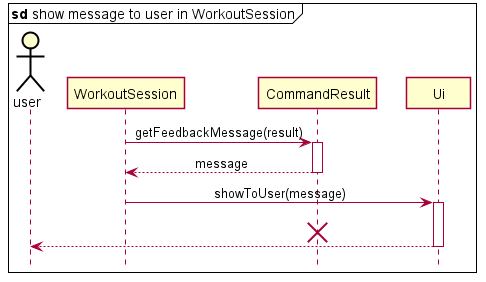
Above: docs/pictures/jinyang/ParseInputWorkoutSession.png in zsk612/tp (PlantUML), before the change. The source it was exported from:
```plantuml
@startuml





skinparam Class {
    FontColor #FFFFFF
    BorderThickness 1
    BorderColor #FFFFFF
    StereotypeFontColor #FFFFFF
    FontName Arial
}

skinparam Actor {
    BorderColor #000000
    Color #000000
    FontName Arial
}

skinparam Sequence {
    MessageAlign center
    BoxFontSize 13
    BoxPadding 0
    BoxFontColor #FFFFFF
    FontName Arial
}

skinparam Participant {
    Padding 20
}

skinparam MinClassWidth 50
skinparam ParticipantPadding 10
skinparam Shadowing false
skinparam DefaultTextAlignment center
skinparam packageStyle Rectangle
skinparam BackgroundColor #FFFFFFF

hide footbox
hide members
hide circle

mainframe <b>sd</b> show message to user in WorkoutSession
actor user

WorkoutSession -> CommandResult ++ : getFeedbackMessage(result)
CommandResult --> WorkoutSession -- : message
WorkoutSession -> Ui ++ : showToUser(message)
destroy CommandResult
Ui --> user
deactivate Ui


@enduml
```
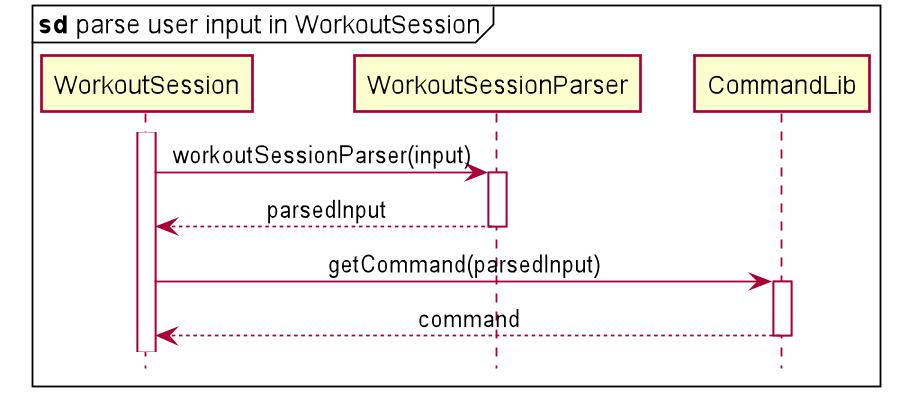
The same diagram one commit later.

Diff of the diagram source:
```diff
@@ -41,15 +41,13 @@
 hide members
 hide circle
 
-mainframe <b>sd</b> show message to user in WorkoutSession
-actor user
+mainframe <b>sd</b> parse user input in WorkoutSession
 
-WorkoutSession -> CommandResult ++ : getFeedbackMessage(result)
-CommandResult --> WorkoutSession -- : message
-WorkoutSession -> Ui ++ : showToUser(message)
-destroy CommandResult
-Ui --> user
-deactivate Ui
+activate WorkoutSession
+WorkoutSession -> WorkoutSessionParser ++ : workoutSessionParser(input)
+WorkoutSessionParser --> WorkoutSession -- : parsedInput
 
+WorkoutSession -> CommandLib ++ : getCommand(parsedInput)
+CommandLib --> WorkoutSession -- : command
 
 @enduml
```
